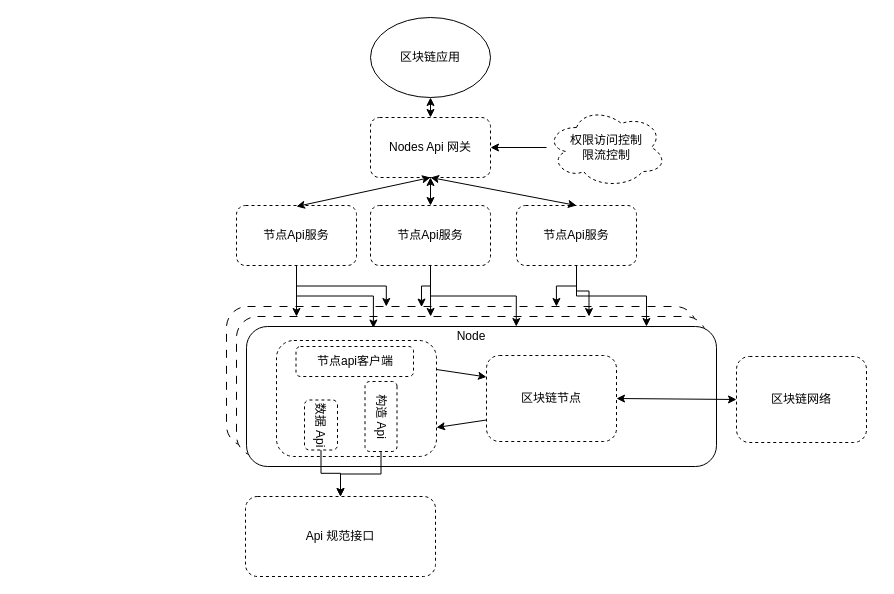
Earlier version of the draw.io diagram 未命名绘图.drawio (chixiaowen/drawio). Source tidied: cells renumbered, new cells numbered last; positions are measured from the earlier drawing's top-left corner, leaving out a move shared by most shapes. Both pictures are drawn from the tidied source at 100%, with x=0, y=0 at pixel (226, 17).
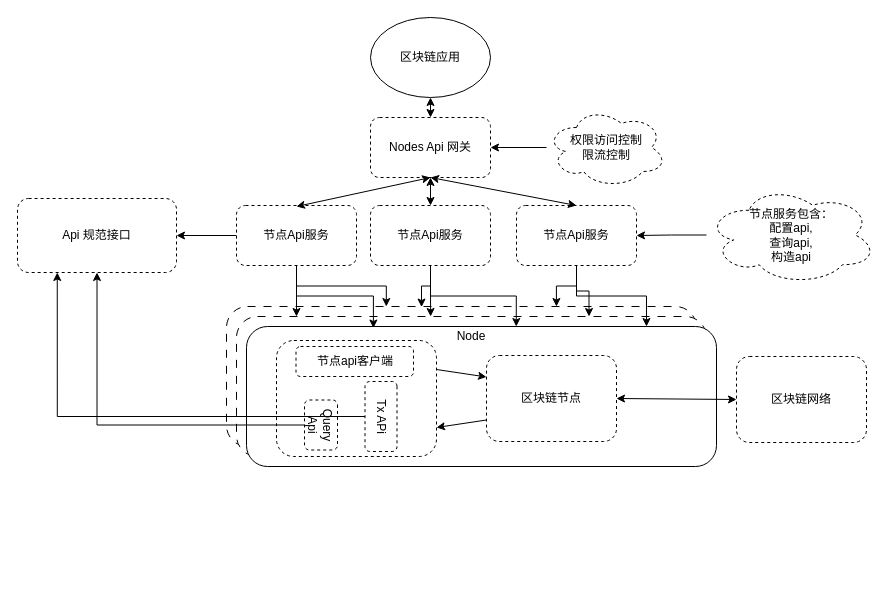
The same diagram, later.

Commit message:
更新未命名绘图.drawio

Unchanged cells that the change refers to:
```xml
<mxCell id="22" value="节点Api服务" style="rounded=1;whiteSpace=wrap;html=1;dashed=1;" parent="1" vertex="1">
  <mxGeometry x="10" y="188" width="120" height="60" as="geometry" />
</mxCell>
<mxCell id="30" value="节点Api服务" style="rounded=1;whiteSpace=wrap;html=1;dashed=1;" parent="1" vertex="1">
  <mxGeometry x="290" y="188" width="120" height="60" as="geometry" />
</mxCell>
```

The edit, as a diff of the source:
```diff
@@
     <mxCell id="7" value="Api 规范接口" style="rounded=1;whiteSpace=wrap;html=1;dashed=1;" parent="1" vertex="1">
-      <mxGeometry x="19" y="479" width="190" height="80" as="geometry" />
+      <mxGeometry x="-209" y="181" width="159" height="74" as="geometry" />
     </mxCell>
@@
-    <mxCell id="11" value="数据 Api" style="rounded=1;whiteSpace=wrap;html=1;dashed=1;rotation=90;" parent="1" vertex="1">
+    <mxCell id="11" value="Query Api" style="rounded=1;whiteSpace=wrap;html=1;dashed=1;rotation=90;" parent="1" vertex="1">
       <mxGeometry x="69.5" y="391" width="50" height="33" as="geometry" />
     </mxCell>
-    <mxCell id="12" style="edgeStyle=orthogonalEdgeStyle;rounded=0;jettySize=auto;html=1;entryX=0.5;entryY=0;entryDx=0;entryDy=0;" parent="1" edge="1" source="13" target="7">
+    <mxCell id="12" style="edgeStyle=orthogonalEdgeStyle;rounded=0;jettySize=auto;html=1;entryX=0.25;entryY=1;entryDx=0;entryDy=0;" parent="1" edge="1" source="13" target="7">
       <mxGeometry relative="1" as="geometry" />
     </mxCell>
-    <mxCell id="13" value="构造 Api" style="rounded=1;whiteSpace=wrap;html=1;dashed=1;rotation=90;" parent="1" vertex="1">
+    <mxCell id="13" value="Tx APi" style="rounded=1;whiteSpace=wrap;html=1;dashed=1;rotation=90;" parent="1" vertex="1">
       <mxGeometry x="119.5" y="383" width="70" height="32" as="geometry" />
     </mxCell>
@@
+    <mxCell id="38" style="edgeStyle=orthogonalEdgeStyle;rounded=0;jettySize=auto;html=1;entryX=1;entryY=0.5;entryDx=0;entryDy=0;" parent="1" edge="1" source="22" target="7">
+      <mxGeometry relative="1" as="geometry" />
+    </mxCell>
@@
+    <mxCell id="39" style="edgeStyle=orthogonalEdgeStyle;rounded=0;jettySize=auto;html=1;entryX=1;entryY=0.5;entryDx=0;entryDy=0;" parent="1" edge="1" source="40" target="30">
+      <mxGeometry relative="1" as="geometry" />
+    </mxCell>
+    <mxCell id="40" value="节点服务包含：&lt;br&gt;配置api,&lt;br&gt;查询api,&lt;br&gt;构造api" style="ellipse;shape=cloud;whiteSpace=wrap;html=1;dashed=1;" parent="1" vertex="1">
+      <mxGeometry x="480" y="168" width="170" height="99" as="geometry" />
+    </mxCell>
```
